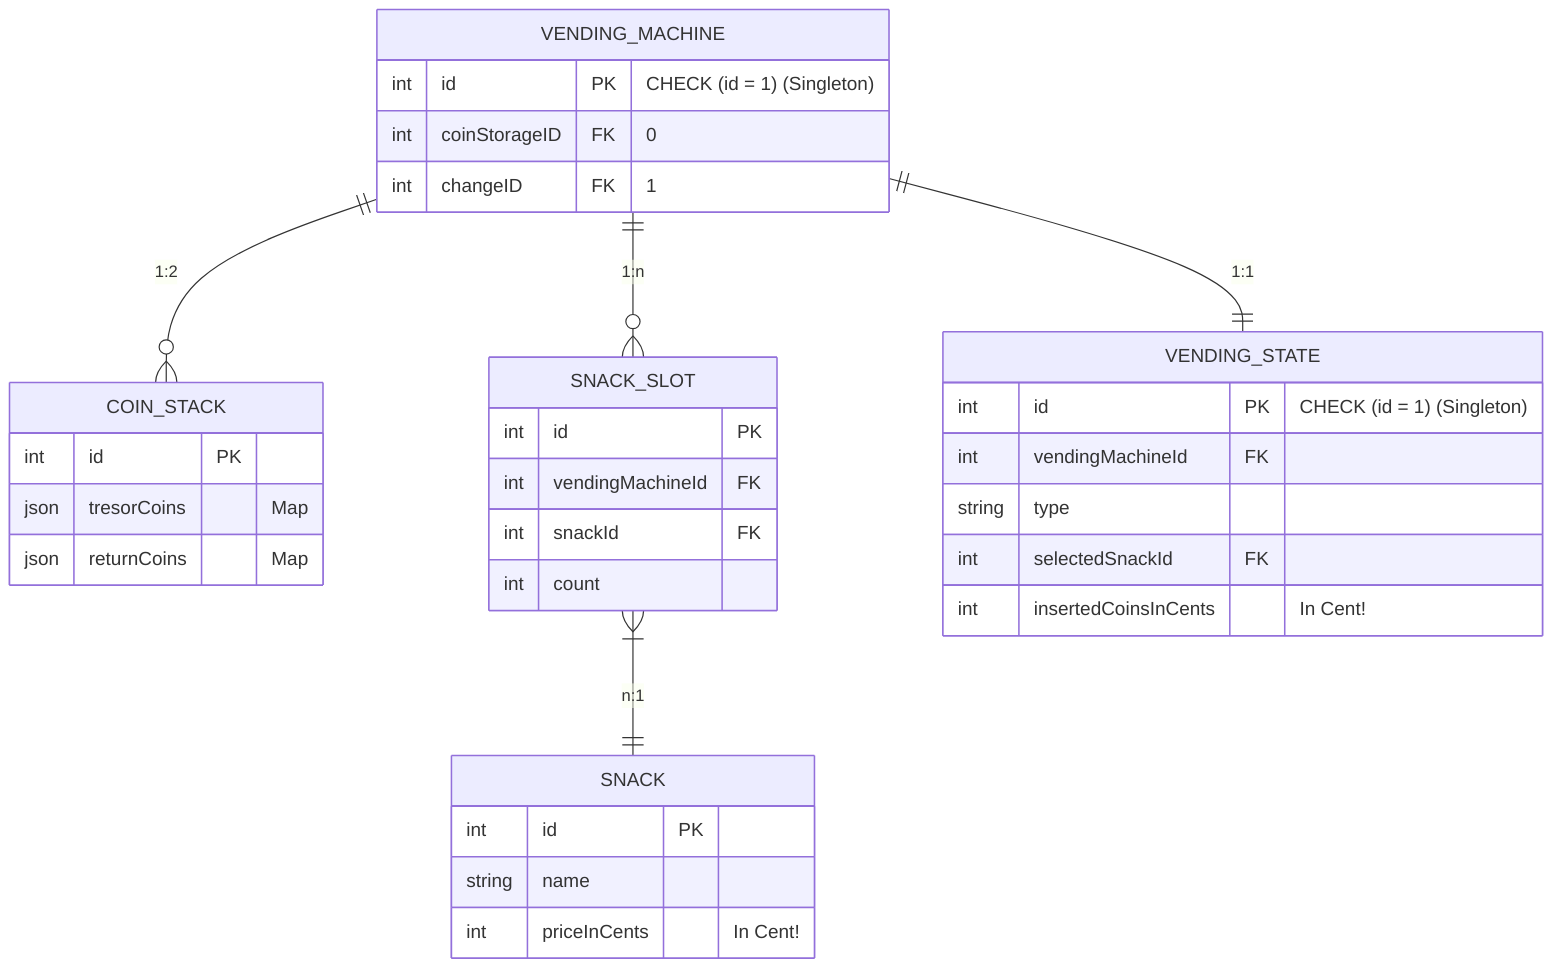
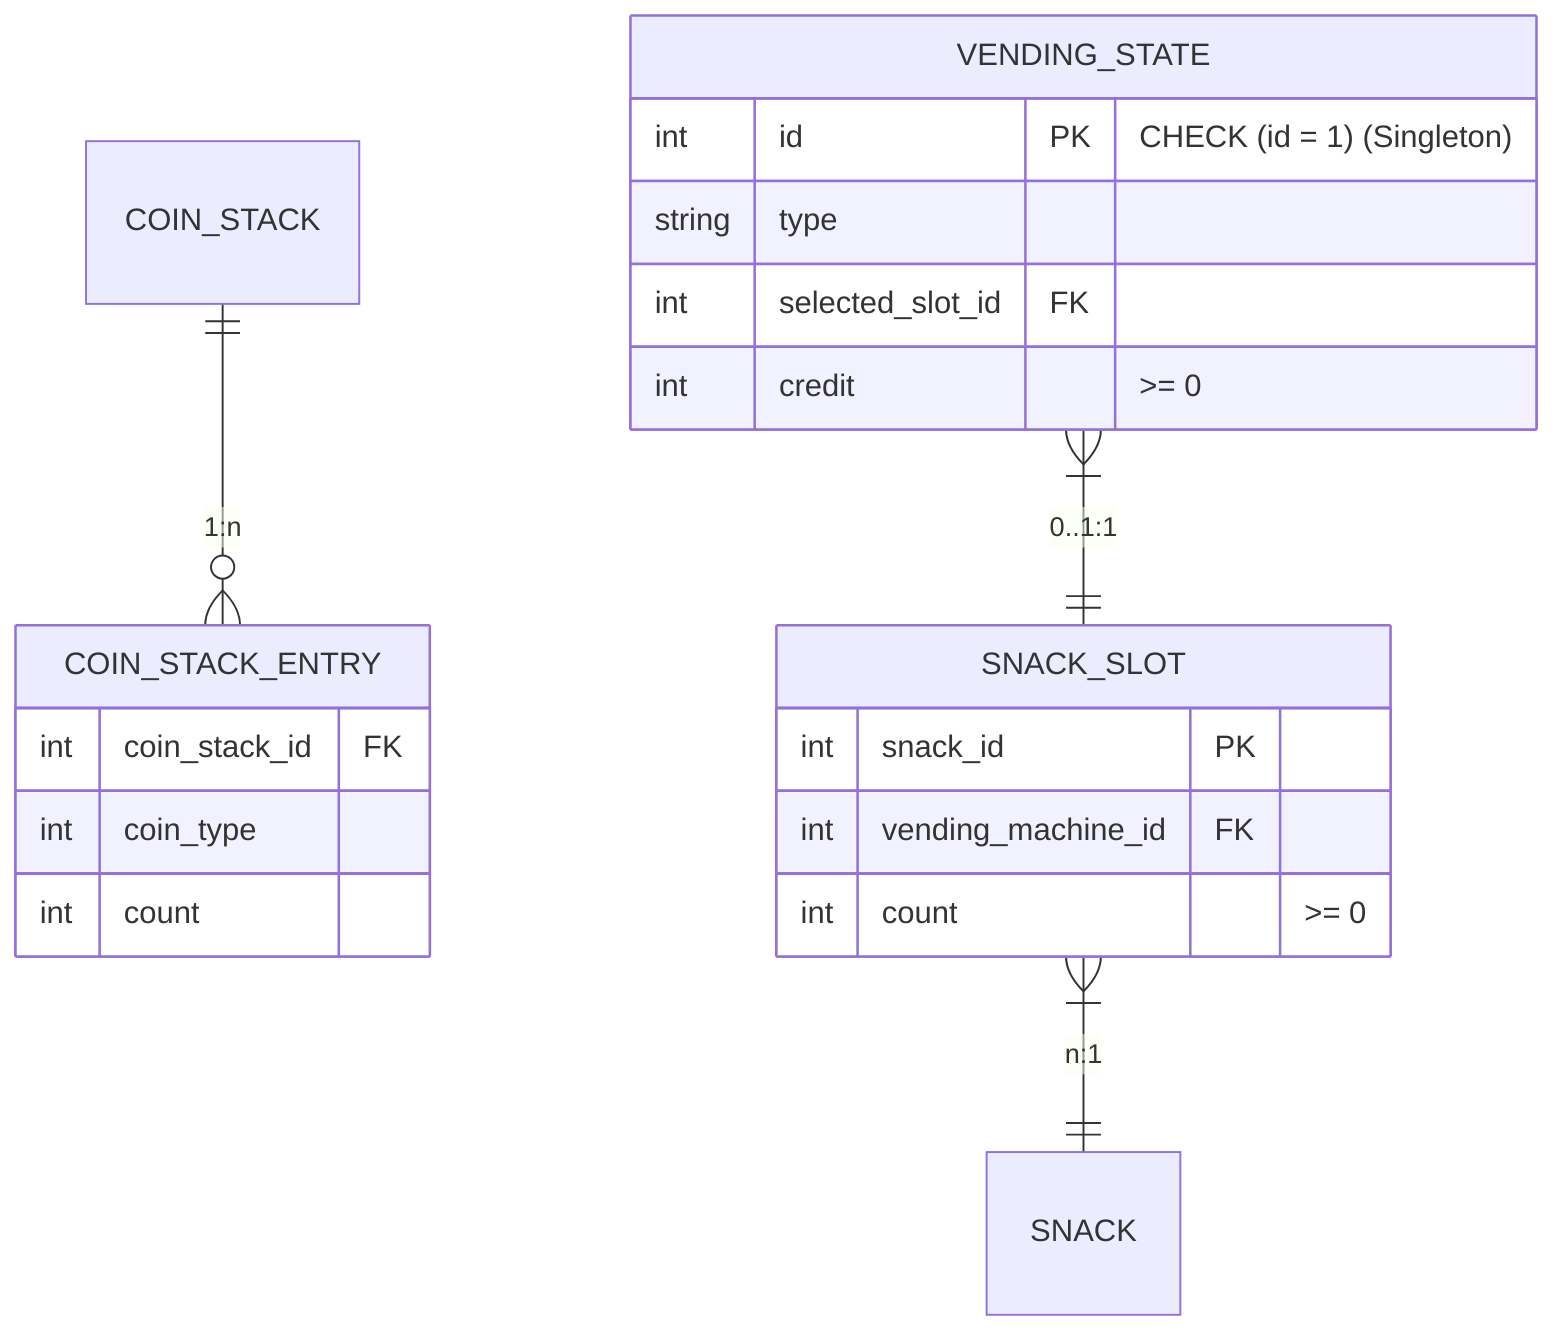
+ 
erDiagram
-     VENDING_MACHINE ||--o{ COIN_STACK : "1:2"
-     VENDING_MACHINE ||--o{ SNACK_SLOT : "1:n"
-     VENDING_MACHINE ||--|| VENDING_STATE : "1:1"
+     COIN_STACK ||--o{ COIN_STACK_ENTRY : "1:n"
+     %% VENDING_MACHINE ||--o{ SNACK_SLOT : "1:n"
+     %% VENDING_MACHINE ||--|| VENDING_STATE : "1:1"
    SNACK_SLOT }|--|| SNACK : "n:1"
+     VENDING_STATE }|--|| SNACK_SLOT : "0..1:1"

-     VENDING_MACHINE {
-         int id PK "CHECK (id = 1) (Singleton)"
-         int coinStorageID FK "0"
-         int changeID FK "1"
-     }

-     COIN_STACK {
-         int id PK
-         json tresorCoins "Map<Coin, int>"
-         json returnCoins "Map<Coin, int>"
-     }
- 
-     SNACK_SLOT {
-         int id PK
-         int vendingMachineId FK
-         int snackId FK
+     COIN_STACK_ENTRY {
+         int coin_stack_id FK
+         int coin_type
        int count
    }

-     SNACK {
-         int id PK
-         string name
-         int priceInCents "In Cent!"
+     %% VENDING_MACHINE {
+     %%     int id PK "CHECK (id = 1) (Singleton)"
+     %% }
+ 
+     SNACK_SLOT {
+         int snack_id PK
+         int vending_machine_id FK
+         int count ">= 0"
    }

    VENDING_STATE {
        int id PK "CHECK (id = 1) (Singleton)"
-         int vendingMachineId FK
        string type
-         int selectedSnackId FK
-         int insertedCoinsInCents "In Cent!"
+         int selected_slot_id FK
+         int credit ">= 0"
    }